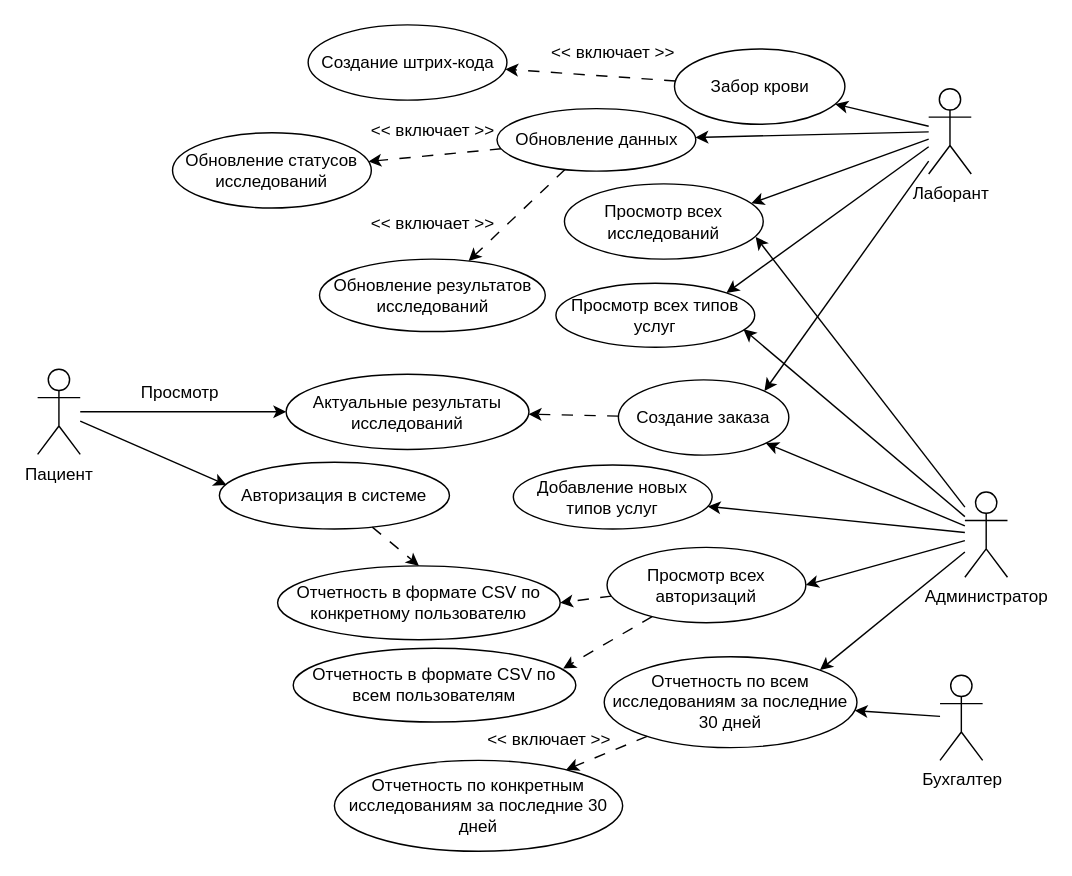
This is Диаграмма.drawio from vvvaggg/laboratoriya20_2.0, a draw.io file, before an edit. Source tidied: cells renumbered, new cells numbered last; positions are measured from the earlier drawing's top-left corner, leaving out a move shared by most shapes. Both pictures are drawn from the tidied source at 142%, with x=0, y=0 at pixel (37, 24).
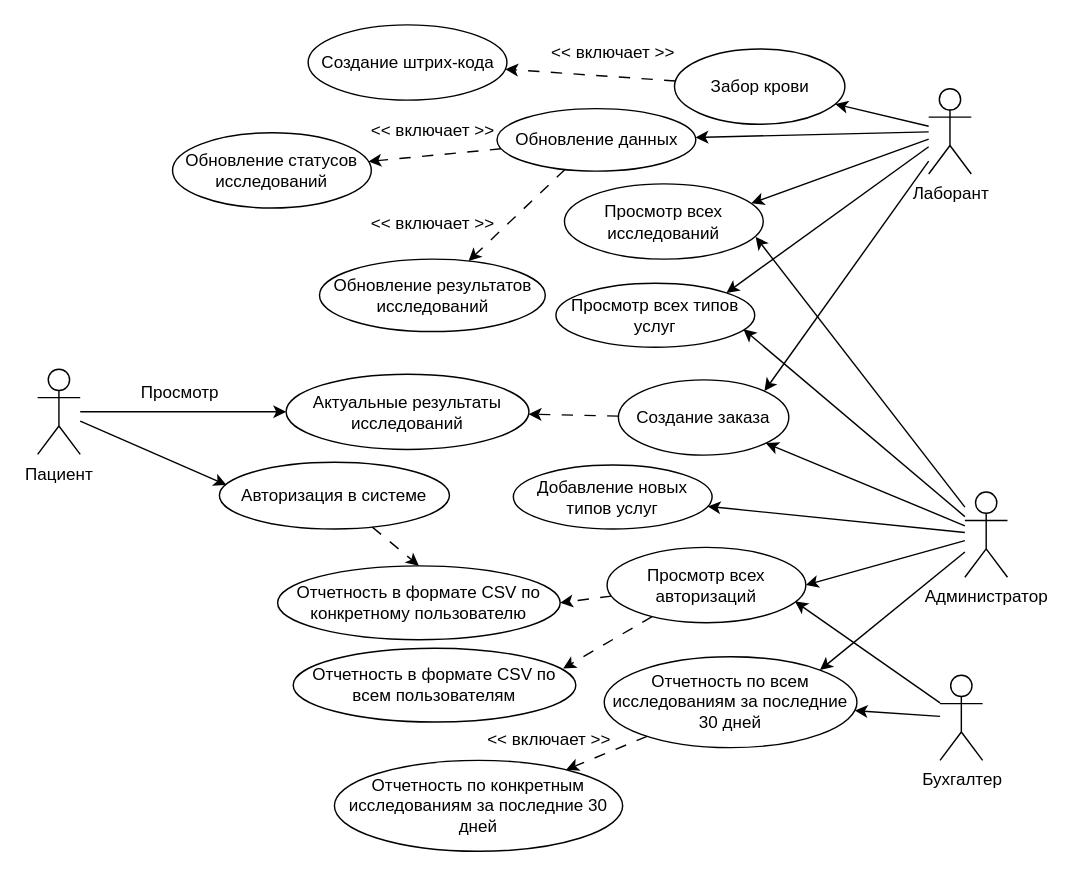
After the change.

The change refers to these unchanged cells:
```xml
<mxCell id="6" value="Бухгалтер" style="shape=umlActor;verticalLabelPosition=bottom;verticalAlign=top;html=1;outlineConnect=0;" parent="1" vertex="1">
  <mxGeometry x="635.5" y="458" width="30" height="60" as="geometry" />
</mxCell>
<mxCell id="39" value="Просмотр всех авторизаций" style="ellipse;whiteSpace=wrap;html=1;" parent="1" vertex="1">
  <mxGeometry x="401" y="368" width="140" height="53" as="geometry" />
</mxCell>
```

Diff of the diagram source:
```diff
@@
+    <mxCell id="49" style="rounded=0;jettySize=auto;html=1;entryX=0.945;entryY=0.717;entryDx=0;entryDy=0;entryPerimeter=0;" parent="1" edge="1" source="6" target="39">
+      <mxGeometry relative="1" as="geometry" />
+    </mxCell>
```
